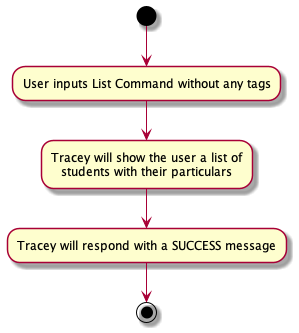
Before: docs/images/ListFeatureActivityDiagram.png, a diagram exported from PlantUML (nus-cs2103-AY2122S2/tp). The source it was exported from:
```plantuml
@startuml

(*)--> "User inputs List Command without any tags"
--> "Tracey will show the user a list of\nstudents with their particulars"
--> "Tracey will respond with a SUCCESS message"
-->(*)

@enduml
```
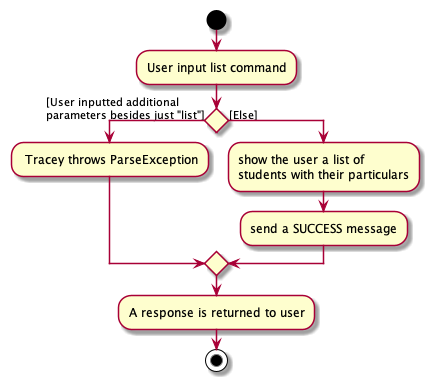
After the commit.

Commit message:
Add diagrams for List Command: Activity, Sequence and Class

The edit, as a diff of the source:
```diff
@@ -1,8 +1,17 @@
 @startuml
 
-(*)--> "User inputs List Command without any tags"
---> "Tracey will show the user a list of\nstudents with their particulars"
---> "Tracey will respond with a SUCCESS message"
--->(*)
+start
+:User input list command;
+
+if () then ([User inputted additional\nparameters besides just "list"])
+    : Tracey throws ParseException;
+
+    else ([Else])
+        :show the user a list of\nstudents with their particulars;
+        :send a SUCCESS message;
+
+endif
+:A response is returned to user;
+stop
 
 @enduml
```
